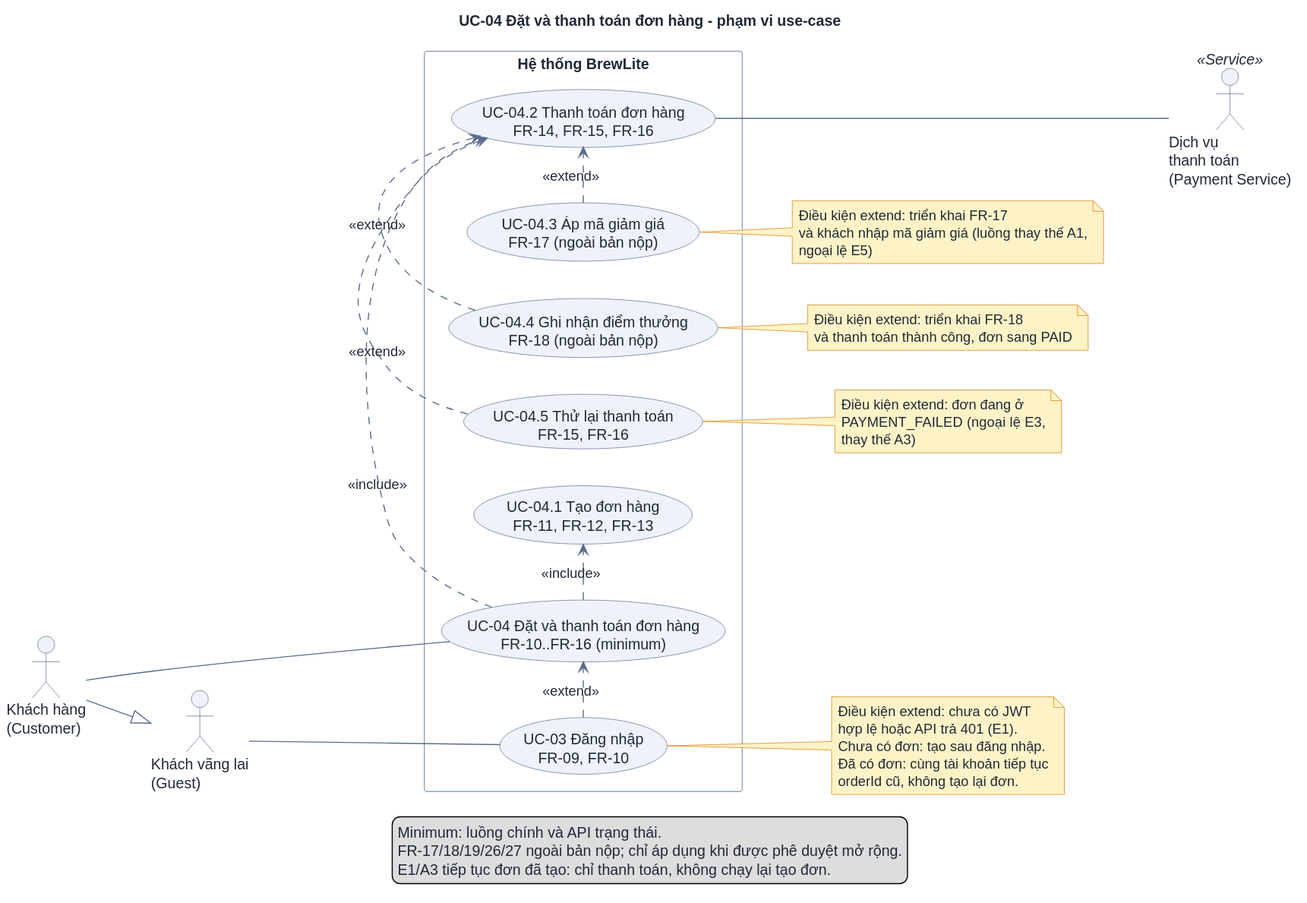
Before: docs/requirements/uc-checkout.svg, a diagram exported from PlantUML (DuVinhLoi/BrewLite).
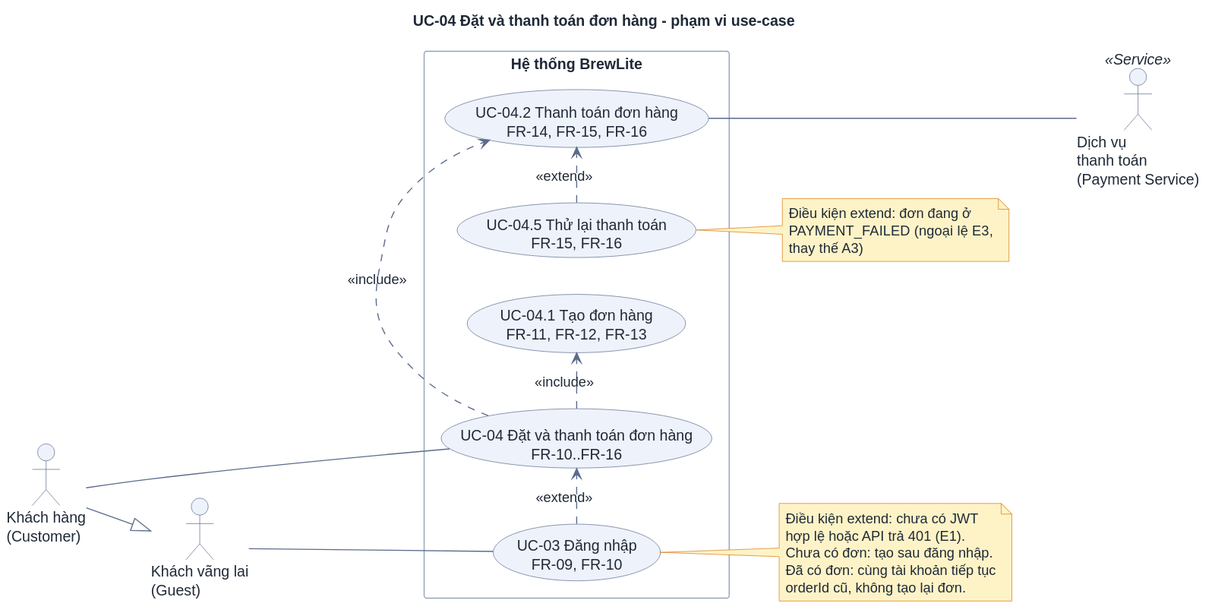
The same diagram one commit later.

Commit message:
docs(requirements): drop out-of-scope use cases from diagrams

The edit, as a diff of the source:
```diff
@@ -23,11 +23,9 @@
 Customer --|> Guest
 
 rectangle "Hệ thống BrewLite" {
-  usecase "UC-04 Đặt và thanh toán đơn hàng\nFR-10..FR-16 (minimum)" as UC04
+  usecase "UC-04 Đặt và thanh toán đơn hàng\nFR-10..FR-16" as UC04
   usecase "UC-04.1 Tạo đơn hàng\nFR-11, FR-12, FR-13" as UC041
   usecase "UC-04.2 Thanh toán đơn hàng\nFR-14, FR-15, FR-16" as UC042
-  usecase "UC-04.3 Áp mã giảm giá\nFR-17 (ngoài bản nộp)" as UC043
-  usecase "UC-04.4 Ghi nhận điểm thưởng\nFR-18 (ngoài bản nộp)" as UC044
   usecase "UC-04.5 Thử lại thanh toán\nFR-15, FR-16" as UC045
   usecase "UC-03 Đăng nhập\nFR-09, FR-10" as UC03
 }
@@ -37,8 +35,6 @@
 
 UC04 .> UC041 : <<include>>
 UC04 .> UC042 : <<include>>
-UC043 .> UC042 : <<extend>>
-UC044 .> UC042 : <<extend>>
 UC045 .> UC042 : <<extend>>
 UC03 .> UC04 : <<extend>>
 
@@ -52,26 +48,9 @@
   orderId cũ, không tạo lại đơn.
 end note
 
-note right of UC043
-  Điều kiện extend: triển khai FR-17
-  và khách nhập mã giảm giá (luồng thay thế A1,
-  ngoại lệ E5)
-end note
-
-note right of UC044
-  Điều kiện extend: triển khai FR-18
-  và thanh toán thành công, đơn sang PAID
-end note
-
 note right of UC045
   Điều kiện extend: đơn đang ở
   PAYMENT_FAILED (ngoại lệ E3,
   thay thế A3)
 end note
-
-legend bottom
-  Minimum: luồng chính và API trạng thái.
-  FR-17/18/19/26/27 ngoài bản nộp; chỉ áp dụng khi được phê duyệt mở rộng.
-  E1/A3 tiếp tục đơn đã tạo: chỉ thanh toán, không chạy lại tạo đơn.
-endlegend
 @enduml
```
